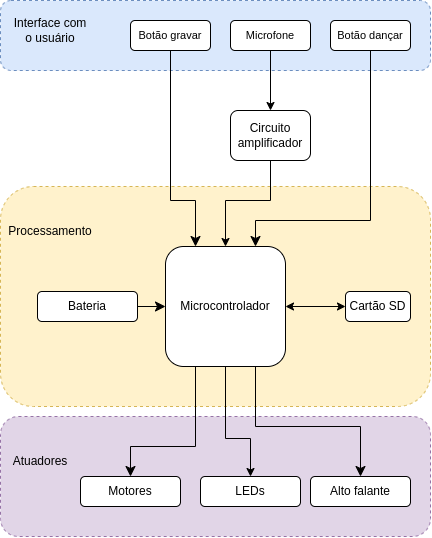
This is projetos/cacto_dancante/images/diagrama_estrutural.png from vm-bertini/ea075-2023.1, a draw.io export, as it was before one commit. Source tidied: cells renumbered, new cells last; positions are measured from the earlier drawing's top-left corner, leaving out a move shared by most shapes.
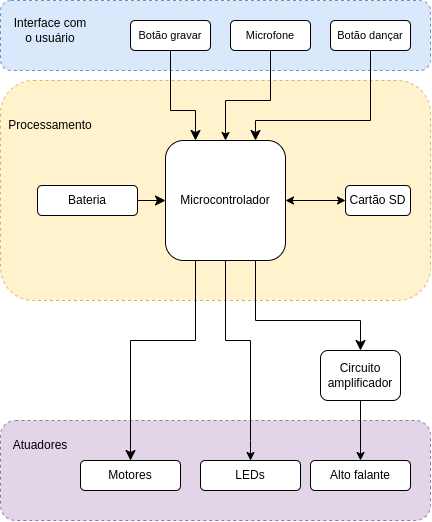
After the commit.

The edit, as a diff of the source:
```diff
@@ -9,16 +9,16 @@
       <mxGeometry x="10" y="15" width="80" height="30" as="geometry" />
     </mxCell>
     <mxCell id="4" style="rounded=1;whiteSpace=wrap;html=1;fillColor=#fff2cc;strokeColor=#d6b656;dashed=1;align=left;fillStyle=auto;" parent="1" vertex="1">
-      <mxGeometry y="186" width="430" height="220" as="geometry" />
+      <mxGeometry y="80" width="430" height="220" as="geometry" />
     </mxCell>
     <mxCell id="5" value="Processamento" style="text;html=1;strokeColor=none;fillColor=none;align=center;verticalAlign=middle;whiteSpace=wrap;rounded=0;" parent="1" vertex="1">
-      <mxGeometry x="30" y="216" width="40" height="30" as="geometry" />
+      <mxGeometry x="30" y="110" width="40" height="30" as="geometry" />
     </mxCell>
     <mxCell id="6" style="rounded=1;whiteSpace=wrap;html=1;fillColor=#e1d5e7;strokeColor=#9673a6;dashed=1;align=left;fillStyle=auto;" parent="1" vertex="1">
-      <mxGeometry y="416" width="430" height="120" as="geometry" />
+      <mxGeometry y="420" width="430" height="100" as="geometry" />
     </mxCell>
     <mxCell id="7" value="Atuadores" style="text;html=1;strokeColor=none;fillColor=none;align=center;verticalAlign=middle;whiteSpace=wrap;rounded=0;" parent="1" vertex="1">
-      <mxGeometry x="20" y="446" width="40" height="30" as="geometry" />
+      <mxGeometry x="20" y="430" width="40" height="30" as="geometry" />
     </mxCell>
     <mxCell id="8" value="&lt;font style=&quot;font-size: 11px;&quot;&gt;Botão gravar&lt;/font&gt;" style="rounded=1;whiteSpace=wrap;html=1;" parent="1" vertex="1">
       <mxGeometry x="130" y="20" width="80" height="30" as="geometry" />
@@ -30,81 +30,83 @@
       <mxGeometry x="330" y="20" width="80" height="30" as="geometry" />
     </mxCell>
     <mxCell id="11" value="Microcontrolador" style="rounded=1;whiteSpace=wrap;html=1;" parent="1" vertex="1">
-      <mxGeometry x="165" y="246" width="120" height="120" as="geometry" />
+      <mxGeometry x="165" y="140" width="120" height="120" as="geometry" />
     </mxCell>
     <mxCell id="12" style="edgeStyle=orthogonalEdgeStyle;elbow=horizontal;endArrow=classic;html=1;rounded=0;endSize=8;startSize=8;exitX=0.5;exitY=1;exitDx=0;exitDy=0;entryX=0.25;entryY=0;entryDx=0;entryDy=0;" parent="1" edge="1" source="8" target="11">
       <mxGeometry relative="1" as="geometry">
         <Array as="points">
-          <mxPoint x="170" y="200" />
-          <mxPoint x="195" y="200" />
+          <mxPoint x="170" y="110" />
+          <mxPoint x="195" y="110" />
         </Array>
       </mxGeometry>
     </mxCell>
     <mxCell id="13" style="edgeStyle=elbowEdgeStyle;elbow=vertical;endArrow=classic;html=1;curved=0;rounded=0;endSize=8;startSize=8;entryX=0.75;entryY=0;entryDx=0;entryDy=0;exitX=0.5;exitY=1;exitDx=0;exitDy=0;" parent="1" edge="1" source="10" target="11">
       <mxGeometry relative="1" as="geometry">
         <Array as="points">
+          <mxPoint x="310" y="120" />
           <mxPoint x="300" y="220" />
         </Array>
       </mxGeometry>
     </mxCell>
     <mxCell id="14" value="Motores" style="rounded=1;whiteSpace=wrap;html=1;" parent="1" vertex="1">
-      <mxGeometry x="80" y="476" width="100" height="30" as="geometry" />
+      <mxGeometry x="80" y="460" width="100" height="30" as="geometry" />
     </mxCell>
     <mxCell id="15" style="edgeStyle=orthogonalEdgeStyle;elbow=horizontal;endArrow=classic;html=1;rounded=0;endSize=8;startSize=8;exitX=0.25;exitY=1;exitDx=0;exitDy=0;entryX=0.5;entryY=0;entryDx=0;entryDy=0;" parent="1" edge="1" source="11" target="14">
       <mxGeometry relative="1" as="geometry">
         <Array as="points">
-          <mxPoint x="195" y="446" />
-          <mxPoint x="130" y="446" />
+          <mxPoint x="195" y="340" />
+          <mxPoint x="130" y="340" />
         </Array>
       </mxGeometry>
     </mxCell>
     <mxCell id="16" value="Alto falante" style="rounded=1;whiteSpace=wrap;html=1;" parent="1" vertex="1">
-      <mxGeometry x="310" y="476" width="100" height="30" as="geometry" />
+      <mxGeometry x="310" y="460" width="100" height="30" as="geometry" />
     </mxCell>
-    <mxCell id="17" style="edgeStyle=orthogonalEdgeStyle;elbow=horizontal;endArrow=classic;html=1;rounded=0;endSize=8;startSize=8;entryX=0.5;entryY=0;entryDx=0;entryDy=0;exitX=0.75;exitY=1;exitDx=0;exitDy=0;" parent="1" edge="1" source="11" target="16">
+    <mxCell id="17" style="edgeStyle=orthogonalEdgeStyle;elbow=horizontal;endArrow=classic;html=1;rounded=0;endSize=8;startSize=8;entryX=0.5;entryY=0;entryDx=0;entryDy=0;exitX=0.75;exitY=1;exitDx=0;exitDy=0;" parent="1" edge="1" source="11" target="24">
       <mxGeometry relative="1" as="geometry">
         <Array as="points">
-          <mxPoint x="255" y="426" />
-          <mxPoint x="360" y="426" />
+          <mxPoint x="255" y="320" />
+          <mxPoint x="360" y="320" />
         </Array>
       </mxGeometry>
     </mxCell>
     <mxCell id="18" value="Bateria" style="rounded=1;whiteSpace=wrap;html=1;" parent="1" vertex="1">
-      <mxGeometry x="37" y="291" width="100" height="30" as="geometry" />
+      <mxGeometry x="37" y="185" width="100" height="30" as="geometry" />
     </mxCell>
     <mxCell id="19" style="edgeStyle=segmentEdgeStyle;endArrow=classic;html=1;curved=0;rounded=0;endSize=8;startSize=8;entryX=0;entryY=0.5;entryDx=0;entryDy=0;exitX=1;exitY=0.5;exitDx=0;exitDy=0;" parent="1" edge="1" source="18" target="11">
       <mxGeometry relative="1" as="geometry" />
     </mxCell>
     <mxCell id="20" value="LEDs" style="rounded=1;whiteSpace=wrap;html=1;" parent="1" vertex="1">
-      <mxGeometry x="200" y="476" width="100" height="30" as="geometry" />
+      <mxGeometry x="200" y="460" width="100" height="30" as="geometry" />
     </mxCell>
     <mxCell id="21" style="endArrow=classic;html=1;rounded=0;exitX=0.5;exitY=1;exitDx=0;exitDy=0;entryX=0.5;entryY=0;entryDx=0;entryDy=0;" parent="1" edge="1" source="11" target="20">
       <mxGeometry relative="1" as="geometry">
         <Array as="points">
-          <mxPoint x="225" y="438" />
-          <mxPoint x="250" y="438" />
+          <mxPoint x="225" y="340" />
+          <mxPoint x="250" y="340" />
+          <mxPoint x="250" y="440" />
         </Array>
       </mxGeometry>
     </mxCell>
     <mxCell id="22" value="Cartão SD" style="rounded=1;whiteSpace=wrap;html=1;" parent="1" vertex="1">
-      <mxGeometry x="345" y="291" width="65" height="30" as="geometry" />
+      <mxGeometry x="345" y="185" width="65" height="30" as="geometry" />
     </mxCell>
     <mxCell id="23" style="endArrow=classic;startArrow=classic;html=1;rounded=0;entryX=0;entryY=0.5;entryDx=0;entryDy=0;exitX=1;exitY=0.5;exitDx=0;exitDy=0;" parent="1" edge="1" source="11" target="22">
       <mxGeometry relative="1" as="geometry" />
     </mxCell>
     <mxCell id="24" value="Circuito amplificador" style="rounded=1;whiteSpace=wrap;html=1;" parent="1" vertex="1">
-      <mxGeometry x="230" y="110" width="80" height="50" as="geometry" />
+      <mxGeometry x="320" y="350" width="80" height="50" as="geometry" />
     </mxCell>
-    <mxCell id="25" style="endArrow=classic;html=1;rounded=0;exitX=0.5;exitY=1;exitDx=0;exitDy=0;entryX=0.5;entryY=0;entryDx=0;entryDy=0;" parent="1" edge="1" source="9" target="24">
-      <mxGeometry relative="1" as="geometry" />
-    </mxCell>
-    <mxCell id="26" style="endArrow=classic;html=1;rounded=0;exitX=0.5;exitY=1;exitDx=0;exitDy=0;entryX=0.5;entryY=0;entryDx=0;entryDy=0;" parent="1" edge="1" source="24" target="11">
-      <mxGeometry relative="1" as="geometry">
-        <Array as="points">
-          <mxPoint x="270" y="200" />
-          <mxPoint x="225" y="200" />
-        </Array>
-      </mxGeometry>
-    </mxCell>
+    <mxCell id="27" style="endArrow=classic;html=1;rounded=0;exitX=0.5;exitY=1;exitDx=0;exitDy=0;entryX=0.5;entryY=0;entryDx=0;entryDy=0;" parent="1" edge="1" source="24" target="16">
+      <mxGeometry relative="1" as="geometry" />
+    </mxCell>
+    <mxCell id="28" style="endArrow=classic;html=1;rounded=0;exitX=0.5;exitY=1;exitDx=0;exitDy=0;entryX=0.5;entryY=0;entryDx=0;entryDy=0;" parent="1" edge="1" source="9" target="11">
+      <mxGeometry relative="1" as="geometry">
+        <Array as="points">
+          <mxPoint x="270" y="100" />
+          <mxPoint x="225" y="100" />
+        </Array>
+      </mxGeometry>
+    </mxCell>
   </root>
 </mxGraphModel>
```
